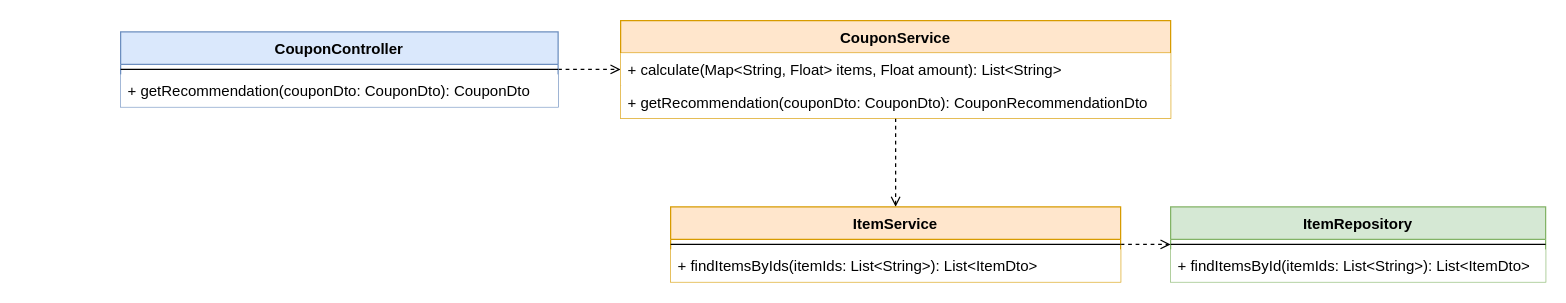
Above: page "Clases" (2 of 2) of doc/diagrama-uml.drawio in jcmc1998/coupon (draw.io), before the change. Source tidied: cells renumbered, new cells numbered last; positions are measured from the earlier drawing's top-left corner, leaving out a move shared by most shapes. Both pictures are drawn from the tidied source at 125%, with x=0, y=0 at pixel (120, 20).
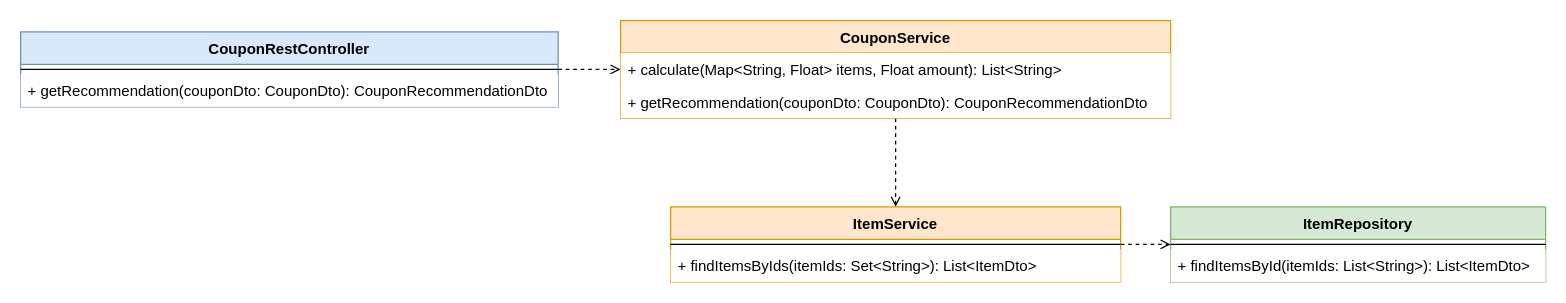
After the change.

Diff of the diagram source:
```diff
@@
 <mxGraphModel>
   <root>
     <mxCell id="0" />
     <mxCell id="1" parent="0" />
     <mxCell id="2" style="edgeStyle=orthogonalEdgeStyle;rounded=0;jettySize=auto;html=1;dashed=1;endArrow=open;endFill=0;" parent="1" edge="1" source="5" target="8">
       <mxGeometry relative="1" as="geometry" />
     </mxCell>
     <mxCell id="3" style="edgeStyle=orthogonalEdgeStyle;rounded=0;jettySize=auto;html=1;dashed=1;endArrow=open;endFill=0;" parent="1" edge="1" source="11" target="14">
       <mxGeometry relative="1" as="geometry" />
     </mxCell>
     <mxCell id="4" style="edgeStyle=orthogonalEdgeStyle;rounded=0;jettySize=auto;html=1;dashed=1;endArrow=open;endFill=0;" parent="1" edge="1" source="8" target="11">
       <mxGeometry relative="1" as="geometry" />
     </mxCell>
-    <mxCell id="5" value="CouponController" style="swimlane;fontStyle=1;align=center;verticalAlign=top;horizontal=1;startSize=26;fillColor=#dae8fc;strokeColor=#6c8ebf;" parent="1" vertex="1">
-      <mxGeometry y="9" width="350" height="60" as="geometry" />
+    <mxCell id="5" value="CouponRestController" style="swimlane;fontStyle=1;align=center;verticalAlign=top;horizontal=1;startSize=26;fillColor=#dae8fc;strokeColor=#6c8ebf;" parent="1" vertex="1">
+      <mxGeometry x="-80" y="9" width="430" height="60" as="geometry" />
     </mxCell>
     <mxCell id="6" style="line;strokeWidth=1;fillColor=#ffffff;align=left;verticalAlign=middle;spacingTop=-1;spacingLeft=3;spacingRight=3;labelPosition=right;" parent="5" vertex="1">
-      <mxGeometry y="26" width="350" height="8" as="geometry" />
+      <mxGeometry y="26" width="430" height="8" as="geometry" />
     </mxCell>
-    <mxCell id="7" value="+ getRecommendation(couponDto: CouponDto): CouponDto" style="text;strokeColor=none;fillColor=#ffffff;align=left;verticalAlign=top;spacingLeft=4;spacingRight=4;overflow=hidden;" parent="5" vertex="1">
-      <mxGeometry y="34" width="350" height="26" as="geometry" />
+    <mxCell id="7" value="+ getRecommendation(couponDto: CouponDto): CouponRecommendationDto" style="text;strokeColor=none;fillColor=#ffffff;align=left;verticalAlign=top;spacingLeft=4;spacingRight=4;overflow=hidden;" parent="5" vertex="1">
+      <mxGeometry y="34" width="430" height="26" as="geometry" />
     </mxCell>
     <mxCell id="8" value="CouponService" style="swimlane;fontStyle=1;align=center;verticalAlign=top;horizontal=1;startSize=26;fillColor=#ffe6cc;strokeColor=#d79b00;" parent="1" vertex="1">
       <mxGeometry x="400" width="440" height="78" as="geometry" />
     </mxCell>
     <mxCell id="9" value="+ calculate(Map&lt;String, Float&gt; items, Float amount): List&lt;String&gt;" style="text;strokeColor=none;fillColor=#ffffff;align=left;verticalAlign=top;spacingLeft=4;spacingRight=4;overflow=hidden;" parent="8" vertex="1">
       <mxGeometry y="26" width="440" height="26" as="geometry" />
     </mxCell>
     <mxCell id="10" value="+ getRecommendation(couponDto: CouponDto): CouponRecommendationDto" style="text;strokeColor=none;fillColor=#ffffff;align=left;verticalAlign=top;spacingLeft=4;spacingRight=4;overflow=hidden;" parent="8" vertex="1">
       <mxGeometry y="52" width="440" height="26" as="geometry" />
     </mxCell>
     <mxCell id="11" value="ItemService" style="swimlane;fontStyle=1;align=center;verticalAlign=top;horizontal=1;startSize=26;fillColor=#ffe6cc;strokeColor=#d79b00;" parent="1" vertex="1">
       <mxGeometry x="440" y="149" width="360" height="60" as="geometry" />
     </mxCell>
     <mxCell id="12" style="line;strokeWidth=1;fillColor=#ffffff;align=left;verticalAlign=middle;spacingTop=-1;spacingLeft=3;spacingRight=3;labelPosition=right;" parent="11" vertex="1">
       <mxGeometry y="26" width="360" height="8" as="geometry" />
     </mxCell>
-    <mxCell id="13" value="+ findItemsByIds(itemIds: List&lt;String&gt;): List&lt;ItemDto&gt;" style="text;strokeColor=none;fillColor=#ffffff;align=left;verticalAlign=top;spacingLeft=4;spacingRight=4;overflow=hidden;" parent="11" vertex="1">
+    <mxCell id="13" value="+ findItemsByIds(itemIds: Set&lt;String&gt;): List&lt;ItemDto&gt;" style="text;strokeColor=none;fillColor=#ffffff;align=left;verticalAlign=top;spacingLeft=4;spacingRight=4;overflow=hidden;" parent="11" vertex="1">
       <mxGeometry y="34" width="360" height="26" as="geometry" />
     </mxCell>
     <mxCell id="14" value="ItemRepository" style="swimlane;fontStyle=1;align=center;verticalAlign=top;horizontal=1;startSize=26;fillColor=#d5e8d4;strokeColor=#82b366;" parent="1" vertex="1">
       <mxGeometry x="840" y="149" width="300" height="60" as="geometry" />
     </mxCell>
     <mxCell id="15" style="line;strokeWidth=1;fillColor=#ffffff;align=left;verticalAlign=middle;spacingTop=-1;spacingLeft=3;spacingRight=3;labelPosition=right;" parent="14" vertex="1">
       <mxGeometry y="26" width="300" height="8" as="geometry" />
     </mxCell>
     <mxCell id="16" value="+ findItemsById(itemIds: List&lt;String&gt;): List&lt;ItemDto&gt;" style="text;strokeColor=none;fillColor=#ffffff;align=left;verticalAlign=top;spacingLeft=4;spacingRight=4;overflow=hidden;" parent="14" vertex="1">
       <mxGeometry y="34" width="300" height="26" as="geometry" />
     </mxCell>
   </root>
 </mxGraphModel>
```
